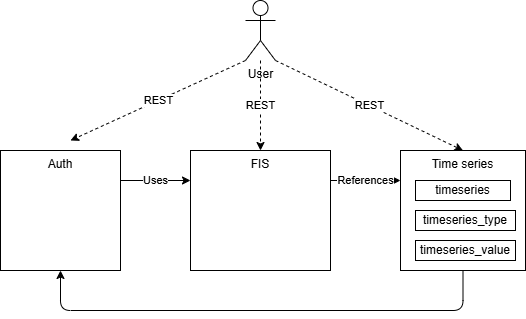
Before: docs/diagrams/time_series_integration.drawio.png, a diagram exported from draw.io (elhub/flex-information-system). Source tidied: cells renumbered, new cells last; positions are measured from the earlier drawing's top-left corner, leaving out a move shared by most shapes.
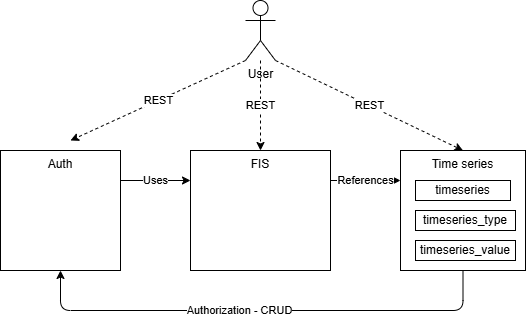
The same diagram one commit later.

Commit message:
fix: typos (FLEX-205)

Diff of the diagram source:
```diff
@@ -22,6 +22,9 @@
         </Array>
       </mxGeometry>
     </mxCell>
+    <mxCell id="15" value="Authorization - CRUD" style="edgeLabel;html=1;align=center;verticalAlign=middle;" parent="6" vertex="1">
+      <mxGeometry x="0.09" y="-1" relative="1" as="geometry" />
+    </mxCell>
     <mxCell id="7" value="Time series" style="rounded=0;whiteSpace=wrap;html=1;verticalAlign=top;" parent="1" vertex="1">
       <mxGeometry x="400" y="150" width="125" height="120" as="geometry" />
     </mxCell>
```
